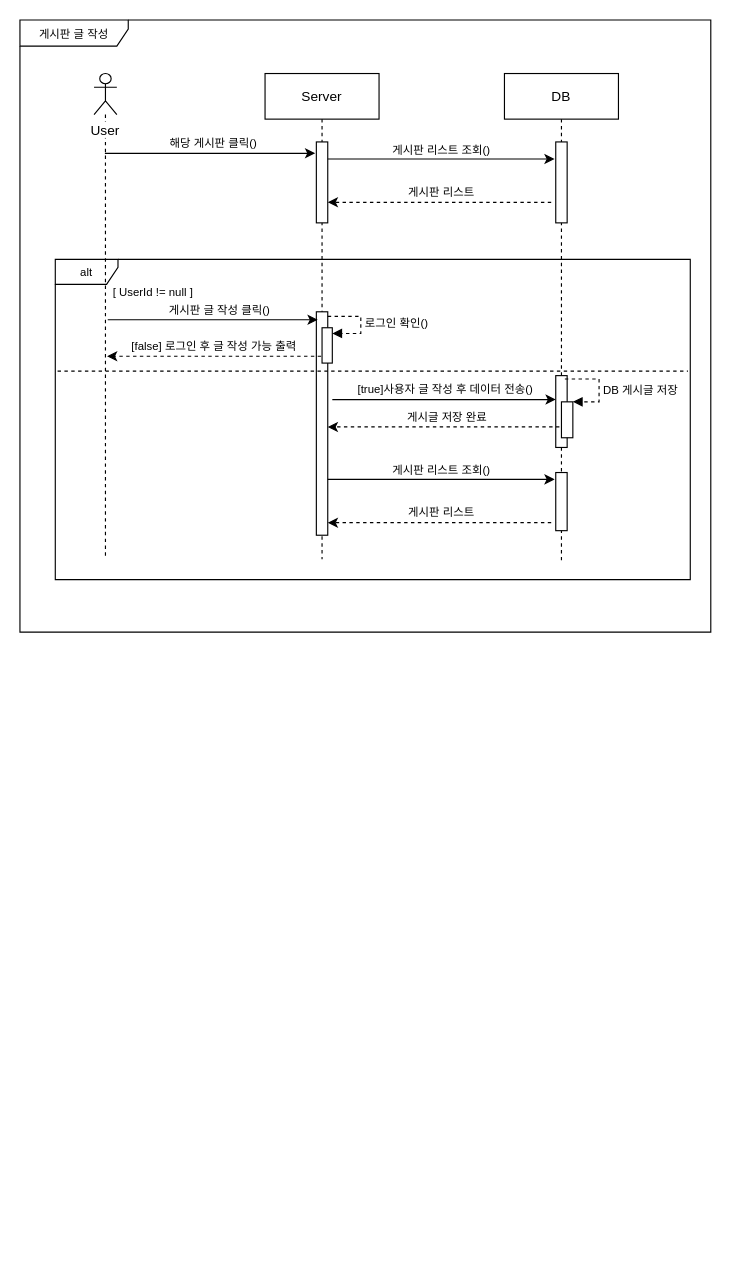
The draw.io diagram 제목 없는 다이어그램.drawio in horyong1/test, before the edit. Source tidied: cells renumbered, new cells numbered last; positions are measured from the earlier drawing's top-left corner, leaving out a move shared by most shapes. Both pictures are drawn from the tidied source at 114%, with x=0, y=0 at pixel (19, 19).
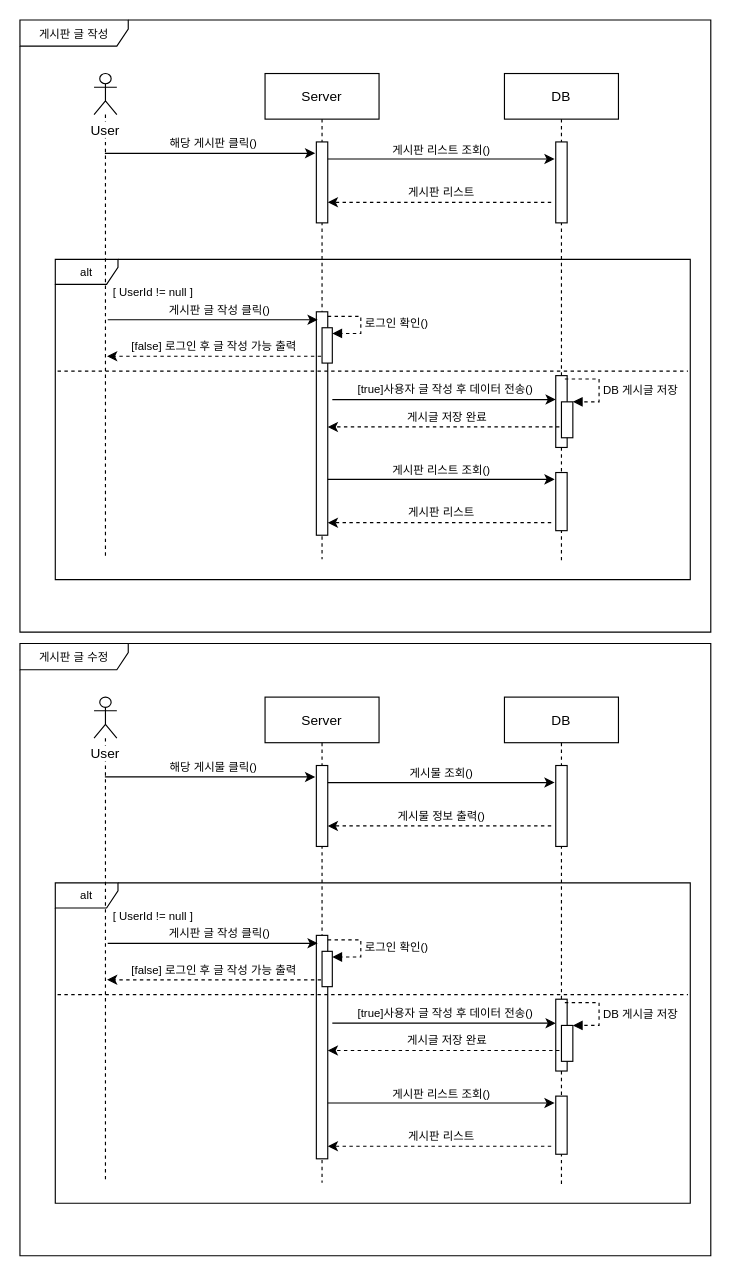
The same diagram, later.

Commit message:
제목 없는 다이어그램.drawio 업데이트

Change to the diagram source:
```diff
@@
+    <mxCell id="36" value="게시판 글 수정" style="shape=umlFrame;whiteSpace=wrap;html=1;shadow=0;labelBackgroundColor=default;sketch=0;fontSize=10;fillColor=default;gradientColor=none;width=95;height=23;" parent="1" vertex="1">
+      <mxGeometry y="547" width="606" height="537" as="geometry" />
+    </mxCell>
+    <mxCell id="37" value="alt" style="shape=umlFrame;whiteSpace=wrap;html=1;shadow=0;labelBackgroundColor=default;sketch=0;fontSize=10;fillColor=default;gradientColor=none;width=55;height=22;" parent="1" vertex="1">
+      <mxGeometry x="31" y="757" width="557" height="281" as="geometry" />
+    </mxCell>
+    <mxCell id="38" value="Server" style="shape=umlLifeline;perimeter=lifelinePerimeter;rounded=0;shadow=0;strokeWidth=1;" parent="1" vertex="1">
+      <mxGeometry x="215" y="594" width="100" height="426" as="geometry" />
+    </mxCell>
+    <mxCell id="39" style="perimeter=orthogonalPerimeter;rounded=0;shadow=0;strokeWidth=1;" parent="38" vertex="1">
+      <mxGeometry x="45" y="60" width="10" height="71" as="geometry" />
+    </mxCell>
+    <mxCell id="40" style="points=[];perimeter=orthogonalPerimeter;rounded=0;shadow=0;strokeWidth=1;" parent="38" vertex="1">
+      <mxGeometry x="45" y="209" width="10" height="196" as="geometry" />
+    </mxCell>
+    <mxCell id="41" style="html=1;perimeter=orthogonalPerimeter;shadow=0;labelBackgroundColor=default;sketch=0;fontSize=11;fillColor=default;gradientColor=none;" parent="38" vertex="1">
+      <mxGeometry x="50" y="223" width="9" height="31" as="geometry" />
+    </mxCell>
+    <mxCell id="42" value="&lt;font style=&quot;font-size: 10px;&quot;&gt;로그인 확인()&lt;/font&gt;" style="edgeStyle=orthogonalEdgeStyle;html=1;align=left;spacingLeft=2;endArrow=block;rounded=0;dashed=1;strokeWidth=1;fontSize=11;" parent="38" edge="1">
+      <mxGeometry relative="1" as="geometry">
+        <mxPoint x="55" y="213" as="sourcePoint" />
+        <mxPoint x="59" y="228" as="targetPoint" />
+        <Array as="points">
+          <mxPoint x="84" y="213" />
+          <mxPoint x="84" y="228" />
+        </Array>
+      </mxGeometry>
+    </mxCell>
+    <mxCell id="43" style="endArrow=classic;html=1;rounded=0;" parent="38" edge="1">
+      <mxGeometry relative="1" as="geometry">
+        <mxPoint x="59" y="286" as="sourcePoint" />
+        <mxPoint x="255" y="286" as="targetPoint" />
+      </mxGeometry>
+    </mxCell>
+    <mxCell id="44" value="&lt;font style=&quot;font-size: 10px;&quot;&gt;[false] 로그인 후 글 작성 가능 출력&lt;/font&gt;" style="text;html=1;strokeColor=none;fillColor=none;align=center;verticalAlign=middle;whiteSpace=wrap;rounded=0;fontSize=10;" parent="38" vertex="1">
+      <mxGeometry x="-124" y="233.5" width="159.2" height="10" as="geometry" />
+    </mxCell>
+    <mxCell id="45" value="DB" style="shape=umlLifeline;perimeter=lifelinePerimeter;rounded=0;shadow=0;strokeWidth=1;" parent="1" vertex="1">
+      <mxGeometry x="425" y="594" width="100" height="428" as="geometry" />
+    </mxCell>
+    <mxCell id="46" style="perimeter=orthogonalPerimeter;rounded=0;shadow=0;strokeWidth=1;" parent="45" vertex="1">
+      <mxGeometry x="45" y="265" width="10" height="63" as="geometry" />
+    </mxCell>
+    <mxCell id="47" style="html=1;points=[];perimeter=orthogonalPerimeter;shadow=0;labelBackgroundColor=default;sketch=0;fontSize=11;fillColor=default;gradientColor=none;" parent="45" vertex="1">
+      <mxGeometry x="50" y="288" width="10" height="31.5" as="geometry" />
+    </mxCell>
+    <mxCell id="48" value="&lt;span style=&quot;font-size: 10px;&quot;&gt;DB 게시글 저장&lt;br&gt;&lt;/span&gt;" style="edgeStyle=orthogonalEdgeStyle;html=1;align=left;spacingLeft=2;endArrow=block;rounded=0;entryX=1;entryY=0;dashed=1;strokeWidth=1;fontSize=11;" parent="45" edge="1" target="47">
+      <mxGeometry x="0.09" relative="1" as="geometry">
+        <mxPoint x="53" y="268" as="sourcePoint" />
+        <Array as="points">
+          <mxPoint x="83" y="268" />
+        </Array>
+      </mxGeometry>
+    </mxCell>
+    <mxCell id="49" style="endArrow=classic;html=1;rounded=0;dashed=1;strokeWidth=1;" parent="45" edge="1" target="40">
+      <mxGeometry relative="1" as="geometry">
+        <mxPoint x="48.2" y="310" as="sourcePoint" />
+        <Array as="points">
+          <mxPoint x="-144.8" y="310" />
+        </Array>
+      </mxGeometry>
+    </mxCell>
+    <mxCell id="50" value="&lt;font style=&quot;font-size: 10px;&quot;&gt;게시글 저장 완료&lt;/font&gt;" style="text;html=1;strokeColor=none;fillColor=none;align=center;verticalAlign=middle;whiteSpace=wrap;rounded=0;fontSize=10;" parent="45" vertex="1">
+      <mxGeometry x="-104.8" y="296" width="110" height="10" as="geometry" />
+    </mxCell>
+    <mxCell id="51" value="User" style="shape=umlLifeline;participant=umlActor;perimeter=lifelinePerimeter;whiteSpace=wrap;html=1;verticalAlign=top;spacingTop=36;outlineConnect=0;size=36;fillColor=default;labelBackgroundColor=default;fontStyle=0;" parent="1" vertex="1">
+      <mxGeometry x="65" y="594" width="20" height="424" as="geometry" />
+    </mxCell>
+    <mxCell id="52" style="endArrow=classic;html=1;rounded=0;" parent="1" edge="1" source="51">
+      <mxGeometry relative="1" as="geometry">
+        <mxPoint x="259" y="664" as="targetPoint" />
+        <Array as="points">
+          <mxPoint x="257" y="664" />
+        </Array>
+      </mxGeometry>
+    </mxCell>
+    <mxCell id="53" value="&lt;font style=&quot;font-size: 10px;&quot;&gt;해당 게시물 클릭()&lt;/font&gt;" style="text;html=1;strokeColor=none;fillColor=none;align=center;verticalAlign=middle;whiteSpace=wrap;rounded=0;fontSize=10;" parent="1" vertex="1">
+      <mxGeometry x="115.2" y="650" width="110" height="10" as="geometry" />
+    </mxCell>
+    <mxCell id="54" style="perimeter=orthogonalPerimeter;rounded=0;shadow=0;strokeWidth=1;" parent="1" vertex="1">
+      <mxGeometry x="470" y="654" width="10" height="71" as="geometry" />
+    </mxCell>
+    <mxCell id="55" style="endArrow=classic;html=1;rounded=0;" parent="1" edge="1">
+      <mxGeometry relative="1" as="geometry">
+        <mxPoint x="270" y="669" as="sourcePoint" />
+        <mxPoint x="469" y="669" as="targetPoint" />
+      </mxGeometry>
+    </mxCell>
+    <mxCell id="56" value="&lt;font style=&quot;font-size: 10px;&quot;&gt;게시물 조회()&lt;/font&gt;" style="text;html=1;strokeColor=none;fillColor=none;align=center;verticalAlign=middle;whiteSpace=wrap;rounded=0;fontSize=10;" parent="1" vertex="1">
+      <mxGeometry x="315" y="656" width="110" height="10" as="geometry" />
+    </mxCell>
+    <mxCell id="57" style="endArrow=classic;html=1;rounded=0;dashed=1;strokeWidth=1;" parent="1" edge="1">
+      <mxGeometry relative="1" as="geometry">
+        <mxPoint x="466" y="707" as="sourcePoint" />
+        <mxPoint x="270" y="707" as="targetPoint" />
+        <Array as="points">
+          <mxPoint x="273" y="707" />
+        </Array>
+      </mxGeometry>
+    </mxCell>
+    <mxCell id="58" value="&lt;font style=&quot;font-size: 10px;&quot;&gt;게시물 정보 출력()&lt;/font&gt;" style="text;html=1;strokeColor=none;fillColor=none;align=center;verticalAlign=middle;whiteSpace=wrap;rounded=0;fontSize=10;" parent="1" vertex="1">
+      <mxGeometry x="315" y="693" width="110" height="10" as="geometry" />
+    </mxCell>
+    <mxCell id="59" style="endArrow=classic;html=1;rounded=0;" parent="1" edge="1">
+      <mxGeometry relative="1" as="geometry">
+        <mxPoint x="77" y="810" as="sourcePoint" />
+        <mxPoint x="261.2" y="810" as="targetPoint" />
+        <Array as="points">
+          <mxPoint x="259.2" y="810" />
+        </Array>
+      </mxGeometry>
+    </mxCell>
+    <mxCell id="60" value="&lt;font style=&quot;font-size: 10px;&quot;&gt;&amp;nbsp;게시판 글 작성 클릭()&lt;/font&gt;" style="text;html=1;strokeColor=none;fillColor=none;align=center;verticalAlign=middle;whiteSpace=wrap;rounded=0;fontSize=10;" parent="1" vertex="1">
+      <mxGeometry x="117.2" y="796" width="113.8" height="10" as="geometry" />
+    </mxCell>
+    <mxCell id="61" style="perimeter=orthogonalPerimeter;rounded=0;shadow=0;strokeWidth=1;" parent="1" vertex="1">
+      <mxGeometry x="470" y="944" width="10" height="51" as="geometry" />
+    </mxCell>
+    <mxCell id="62" style="endArrow=classic;html=1;rounded=0;" parent="1" edge="1">
+      <mxGeometry relative="1" as="geometry">
+        <mxPoint x="270" y="950" as="sourcePoint" />
+        <mxPoint x="469" y="950" as="targetPoint" />
+      </mxGeometry>
+    </mxCell>
+    <mxCell id="63" value="&lt;font style=&quot;font-size: 10px;&quot;&gt;게시판 리스트 조회()&lt;/font&gt;" style="text;html=1;strokeColor=none;fillColor=none;align=center;verticalAlign=middle;whiteSpace=wrap;rounded=0;fontSize=10;" parent="1" vertex="1">
+      <mxGeometry x="315" y="937" width="110" height="10" as="geometry" />
+    </mxCell>
+    <mxCell id="64" style="endArrow=classic;html=1;rounded=0;dashed=1;strokeWidth=1;" parent="1" edge="1">
+      <mxGeometry relative="1" as="geometry">
+        <mxPoint x="466" y="988" as="sourcePoint" />
+        <mxPoint x="270" y="988" as="targetPoint" />
+        <Array as="points">
+          <mxPoint x="273" y="988" />
+        </Array>
+      </mxGeometry>
+    </mxCell>
+    <mxCell id="65" value="&lt;font style=&quot;font-size: 10px;&quot;&gt;게시판 리스트&lt;/font&gt;" style="text;html=1;strokeColor=none;fillColor=none;align=center;verticalAlign=middle;whiteSpace=wrap;rounded=0;fontSize=10;" parent="1" vertex="1">
+      <mxGeometry x="315" y="974" width="110" height="10" as="geometry" />
+    </mxCell>
+    <mxCell id="66" value="[ UserId != null ]" style="text;html=1;strokeColor=none;fillColor=none;align=center;verticalAlign=middle;whiteSpace=wrap;rounded=0;shadow=0;labelBackgroundColor=default;sketch=0;fontSize=10;" parent="1" vertex="1">
+      <mxGeometry x="77" y="777" width="80" height="17" as="geometry" />
+    </mxCell>
+    <mxCell id="67" style="endArrow=none;dashed=1;html=1;rounded=0;strokeWidth=1;fontSize=10;" parent="1" edge="1">
+      <mxGeometry relative="1" as="geometry">
+        <mxPoint x="33" y="855" as="sourcePoint" />
+        <mxPoint x="586" y="855" as="targetPoint" />
+      </mxGeometry>
+    </mxCell>
+    <mxCell id="68" style="endArrow=classic;html=1;rounded=0;dashed=1;strokeWidth=1;" parent="1" edge="1">
+      <mxGeometry relative="1" as="geometry">
+        <mxPoint x="264.2" y="842" as="sourcePoint" />
+        <mxPoint x="76.2" y="842" as="targetPoint" />
+        <Array as="points">
+          <mxPoint x="76.4" y="842" />
+        </Array>
+      </mxGeometry>
+    </mxCell>
+    <mxCell id="69" value="&lt;span style=&quot;font-size: 10px;&quot;&gt;[true]사용자 글 작성 후 데이터 전송()&lt;/span&gt;" style="text;html=1;strokeColor=none;fillColor=none;align=center;verticalAlign=middle;whiteSpace=wrap;rounded=0;fontSize=10;" parent="1" vertex="1">
+      <mxGeometry x="287.5" y="866" width="170.5" height="10" as="geometry" />
+    </mxCell>
```
